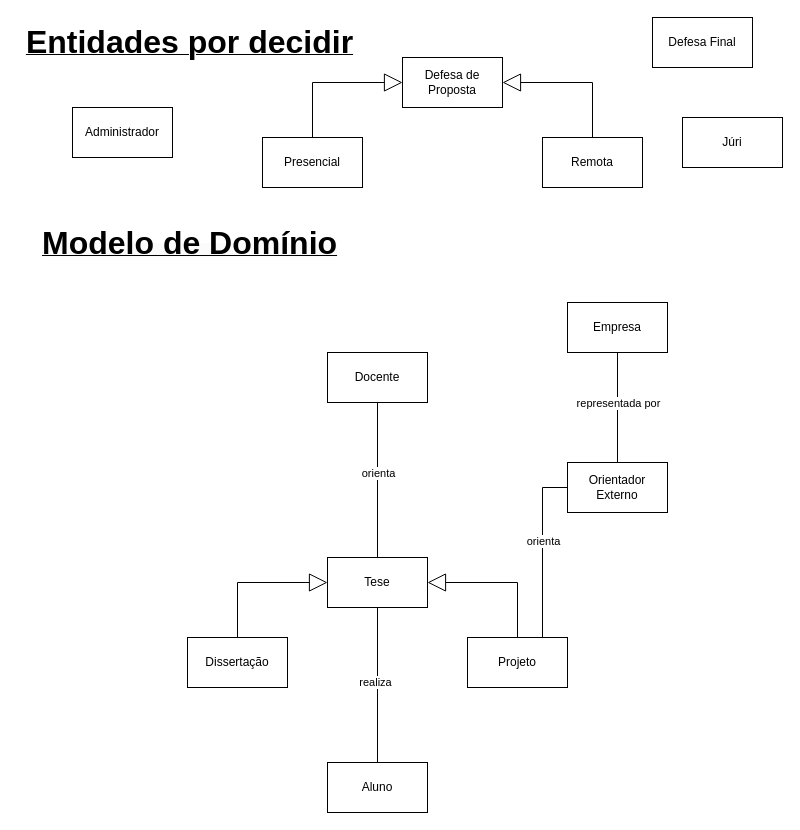
Sapientia-PT/thesisman keeps this draw.io diagram as docs/DomainModel.drawio. Above is the earlier version. Source tidied: cells renumbered, new cells numbered last; positions are measured from the earlier drawing's top-left corner, leaving out a move shared by most shapes. Both pictures are drawn from the tidied source at 100%, with x=0, y=0 at pixel (17, 17).
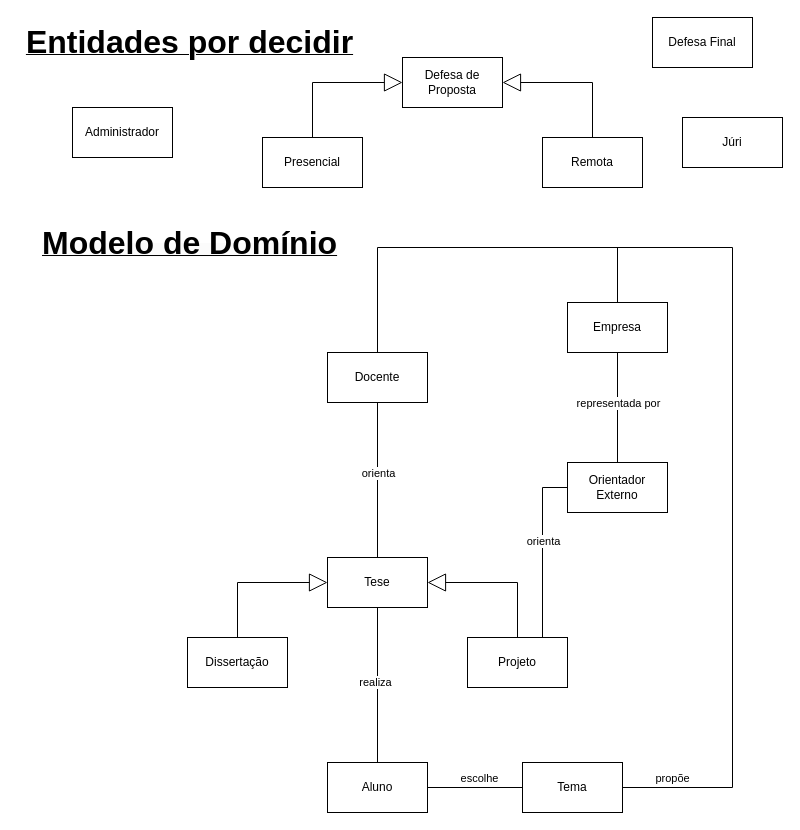
The same page after the edit.

Commit message:
Added new object 'Tema' that can be proposed by an entity (enterprise or instructor) and selected by a student

The change refers to these unchanged cells:
```xml
<mxCell id="7" value="Aluno" style="rounded=0;whiteSpace=wrap;html=1;" parent="1" vertex="1">
  <mxGeometry x="310" y="745" width="100" height="50" as="geometry" />
</mxCell>
<mxCell id="9" value="Docente" style="rounded=0;whiteSpace=wrap;html=1;" parent="1" vertex="1">
  <mxGeometry x="310" y="335" width="100" height="50" as="geometry" />
</mxCell>
<mxCell id="10" value="Empresa" style="rounded=0;whiteSpace=wrap;html=1;" parent="1" vertex="1">
  <mxGeometry x="550" y="285" width="100" height="50" as="geometry" />
</mxCell>
```

Diff of the diagram source:
```diff
@@
+    <mxCell id="29" value="Tema" style="html=1;whiteSpace=wrap;" parent="1" vertex="1">
+      <mxGeometry x="505" y="745" width="100" height="50" as="geometry" />
+    </mxCell>
+    <mxCell id="30" style="endArrow=none;html=1;rounded=0;entryX=0;entryY=0.5;entryDx=0;entryDy=0;exitX=1;exitY=0.5;exitDx=0;exitDy=0;" parent="1" edge="1" source="7" target="29">
+      <mxGeometry relative="1" as="geometry" />
+    </mxCell>
+    <mxCell id="31" value="escolhe" style="edgeLabel;html=1;align=center;verticalAlign=middle;" parent="30" vertex="1">
+      <mxGeometry x="0.17" y="4" relative="1" as="geometry">
+        <mxPoint x="-5" y="-6" as="offset" />
+      </mxGeometry>
+    </mxCell>
+    <mxCell id="32" style="endArrow=none;html=1;rounded=0;exitX=1;exitY=0.5;exitDx=0;exitDy=0;entryX=0.5;entryY=0;entryDx=0;entryDy=0;" parent="1" edge="1" source="29" target="10">
+      <mxGeometry relative="1" as="geometry">
+        <Array as="points">
+          <mxPoint x="715" y="770" />
+          <mxPoint x="715" y="230" />
+          <mxPoint x="600" y="230" />
+        </Array>
+      </mxGeometry>
+    </mxCell>
+    <mxCell id="33" value="propõe" style="edgeLabel;html=1;align=center;verticalAlign=middle;" parent="32" vertex="1">
+      <mxGeometry x="-0.88" y="-3" relative="1" as="geometry">
+        <mxPoint y="-13" as="offset" />
+      </mxGeometry>
+    </mxCell>
+    <mxCell id="34" style="endArrow=none;html=1;rounded=0;exitX=0.5;exitY=0;exitDx=0;exitDy=0;" parent="1" edge="1" source="9">
+      <mxGeometry relative="1" as="geometry">
+        <mxPoint x="605" y="230" as="targetPoint" />
+        <Array as="points">
+          <mxPoint x="360" y="230" />
+        </Array>
+      </mxGeometry>
+    </mxCell>
```
